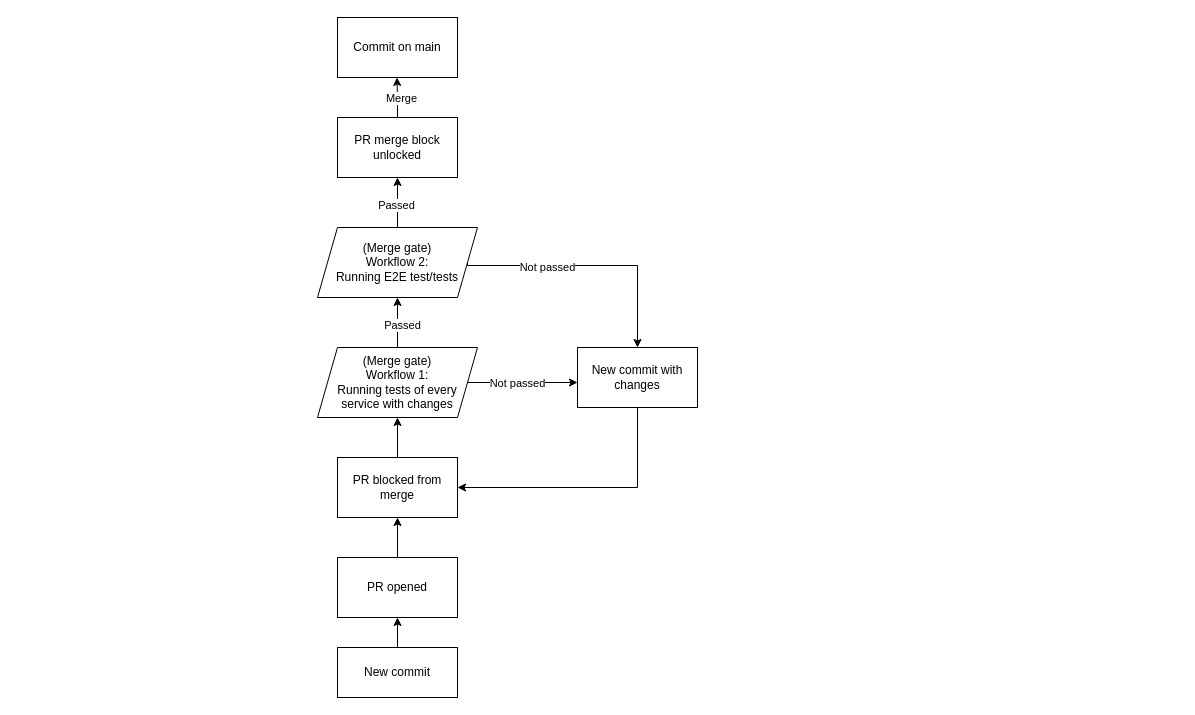
CzumperBirds/CzumperSearch keeps this draw.io diagram as CiGraph.drawio. Above is the earlier version. Source tidied: cells renumbered, new cells numbered last; positions are measured from the earlier drawing's top-left corner, leaving out a move shared by most shapes. Both pictures are drawn from the tidied source at 100%, with x=0, y=0 at pixel (317, 17).
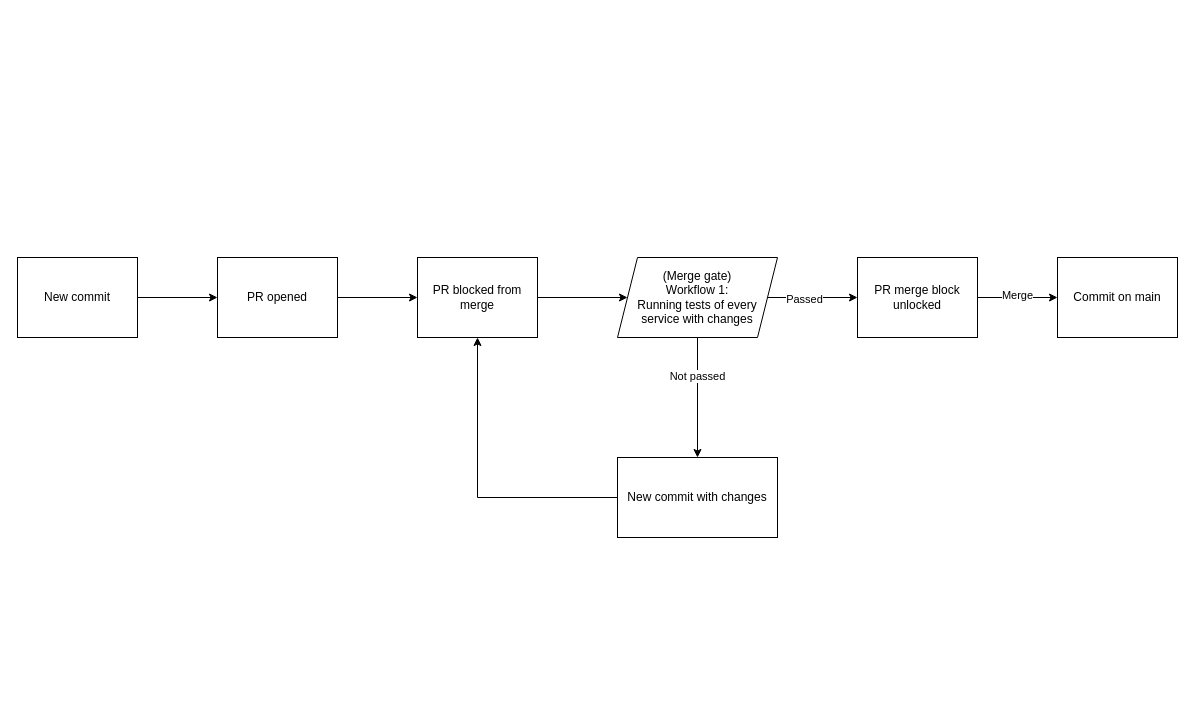
Above is the later version.

Commit message:
Refactor CI graph to be from left to right

Change to the diagram source:
```diff
@@
-    <mxCell id="2" style="edgeStyle=orthogonalEdgeStyle;rounded=0;jettySize=auto;html=1;exitX=1;exitY=0.5;exitDx=0;exitDy=0;entryX=0.5;entryY=0;entryDx=0;entryDy=0;" parent="1" edge="1" source="6" target="23">
+    <mxCell id="2" style="edgeStyle=orthogonalEdgeStyle;rounded=0;jettySize=auto;html=1;entryX=0.5;entryY=0;entryDx=0;entryDy=0;exitX=0.5;exitY=1;exitDx=0;exitDy=0;" parent="1" edge="1" source="11" target="23">
       <mxGeometry relative="1" as="geometry">
         <Array as="points">
-          <mxPoint x="150" y="248" />
-          <mxPoint x="320" y="248" />
+          <mxPoint x="380" y="440" />
+          <mxPoint x="380" y="440" />
         </Array>
       </mxGeometry>
     </mxCell>
@@
-    <mxCell id="4" style="edgeStyle=orthogonalEdgeStyle;rounded=0;jettySize=auto;html=1;exitX=0.5;exitY=0;exitDx=0;exitDy=0;entryX=0.5;entryY=1;entryDx=0;entryDy=0;" parent="1" edge="1" source="6" target="20">
-      <mxGeometry relative="1" as="geometry" />
-    </mxCell>
-    <mxCell id="5" value="Passed" style="edgeLabel;html=1;align=center;verticalAlign=middle;" parent="4" vertex="1">
-      <mxGeometry x="-0.08" y="2" relative="1" as="geometry" />
-    </mxCell>
-    <mxCell id="6" value="(Merge gate)&lt;div&gt;Workflow 2:&lt;br&gt;&lt;div&gt;Running E2E test/tests&lt;/div&gt;&lt;/div&gt;" style="shape=parallelogram;perimeter=parallelogramPerimeter;whiteSpace=wrap;html=1;fixedSize=1;" parent="1" vertex="1">
-      <mxGeometry y="210" width="160" height="70" as="geometry" />
-    </mxCell>
-    <mxCell id="7" style="edgeStyle=orthogonalEdgeStyle;rounded=0;jettySize=auto;html=1;exitX=0.5;exitY=0;exitDx=0;exitDy=0;entryX=0.5;entryY=1;entryDx=0;entryDy=0;" parent="1" edge="1" source="11" target="6">
-      <mxGeometry relative="1" as="geometry" />
-    </mxCell>
-    <mxCell id="8" value="Passed" style="edgeLabel;html=1;align=center;verticalAlign=middle;" parent="7" vertex="1">
-      <mxGeometry x="-0.07" y="-4" relative="1" as="geometry" />
-    </mxCell>
-    <mxCell id="9" style="edgeStyle=orthogonalEdgeStyle;rounded=0;jettySize=auto;html=1;" parent="1" edge="1" source="11" target="23">
-      <mxGeometry relative="1" as="geometry">
-        <Array as="points">
-          <mxPoint x="220" y="365" />
-          <mxPoint x="220" y="365" />
-        </Array>
-      </mxGeometry>
-    </mxCell>
-    <mxCell id="10" value="Not passed" style="edgeLabel;html=1;align=center;verticalAlign=middle;" parent="9" vertex="1">
-      <mxGeometry x="-0.21" y="-1" relative="1" as="geometry">
-        <mxPoint x="6" y="-1" as="offset" />
-      </mxGeometry>
-    </mxCell>
+    <mxCell id="24" style="edgeStyle=none;html=1;exitX=1;exitY=0.5;exitDx=0;exitDy=0;entryX=0;entryY=0.5;entryDx=0;entryDy=0;" parent="1" edge="1" source="11" target="20">
+      <mxGeometry relative="1" as="geometry" />
+    </mxCell>
+    <mxCell id="25" value="Passed" style="edgeLabel;html=1;align=center;verticalAlign=middle;" parent="24" vertex="1">
+      <mxGeometry x="-0.21" y="-1" relative="1" as="geometry" />
+    </mxCell>
     <mxCell id="11" value="(Merge gate)&lt;div&gt;Workflow 1:&lt;br&gt;&lt;div&gt;Running tests of every service with changes&lt;/div&gt;&lt;/div&gt;" style="shape=parallelogram;perimeter=parallelogramPerimeter;whiteSpace=wrap;html=1;fixedSize=1;" parent="1" vertex="1">
-      <mxGeometry y="330" width="160" height="70" as="geometry" />
+      <mxGeometry x="300" y="240" width="160" height="80" as="geometry" />
     </mxCell>
-    <mxCell id="12" style="edgeStyle=orthogonalEdgeStyle;rounded=0;jettySize=auto;html=1;exitX=0.5;exitY=0;exitDx=0;exitDy=0;entryX=0.5;entryY=1;entryDx=0;entryDy=0;" parent="1" edge="1" source="13" target="17">
+    <mxCell id="12" style="edgeStyle=orthogonalEdgeStyle;rounded=0;jettySize=auto;html=1;exitX=1;exitY=0.5;exitDx=0;exitDy=0;entryX=0;entryY=0.5;entryDx=0;entryDy=0;" parent="1" edge="1" source="13" target="17">
       <mxGeometry relative="1" as="geometry" />
     </mxCell>
     <mxCell id="13" value="PR opened" style="rounded=0;whiteSpace=wrap;html=1;" parent="1" vertex="1">
-      <mxGeometry x="20" y="540" width="120" height="60" as="geometry" />
+      <mxGeometry x="-100" y="240" width="120" height="80" as="geometry" />
     </mxCell>
-    <mxCell id="14" style="edgeStyle=orthogonalEdgeStyle;rounded=0;jettySize=auto;html=1;exitX=0.5;exitY=0;exitDx=0;exitDy=0;entryX=0.5;entryY=1;entryDx=0;entryDy=0;" parent="1" edge="1" source="15" target="13">
+    <mxCell id="14" style="edgeStyle=none;html=1;exitX=1;exitY=0.5;exitDx=0;exitDy=0;entryX=0;entryY=0.5;entryDx=0;entryDy=0;" parent="1" edge="1" source="15" target="13">
       <mxGeometry relative="1" as="geometry" />
     </mxCell>
     <mxCell id="15" value="New commit" style="rounded=0;whiteSpace=wrap;html=1;" parent="1" vertex="1">
-      <mxGeometry x="20" y="630" width="120" height="50" as="geometry" />
+      <mxGeometry x="-300" y="240" width="120" height="80" as="geometry" />
     </mxCell>
-    <mxCell id="16" style="edgeStyle=orthogonalEdgeStyle;rounded=0;jettySize=auto;html=1;exitX=0.5;exitY=0;exitDx=0;exitDy=0;entryX=0.5;entryY=1;entryDx=0;entryDy=0;" parent="1" edge="1" source="17" target="11">
+    <mxCell id="16" style="edgeStyle=orthogonalEdgeStyle;rounded=0;jettySize=auto;html=1;exitX=1;exitY=0.5;exitDx=0;exitDy=0;entryX=0;entryY=0.5;entryDx=0;entryDy=0;" parent="1" edge="1" source="17" target="11">
       <mxGeometry relative="1" as="geometry" />
     </mxCell>
     <mxCell id="17" value="PR blocked from merge" style="rounded=0;whiteSpace=wrap;html=1;" parent="1" vertex="1">
-      <mxGeometry x="20" y="440" width="120" height="60" as="geometry" />
+      <mxGeometry x="100" y="240" width="120" height="80" as="geometry" />
     </mxCell>
-    <mxCell id="18" style="edgeStyle=orthogonalEdgeStyle;rounded=0;jettySize=auto;html=1;exitX=0.5;exitY=0;exitDx=0;exitDy=0;" parent="1" edge="1" source="20">
-      <mxGeometry relative="1" as="geometry">
-        <mxPoint x="79.5" y="60" as="targetPoint" />
-      </mxGeometry>
+    <mxCell id="18" style="edgeStyle=orthogonalEdgeStyle;rounded=0;jettySize=auto;html=1;exitX=1;exitY=0.5;exitDx=0;exitDy=0;entryX=0;entryY=0.5;entryDx=0;entryDy=0;" parent="1" edge="1" source="20" target="21">
+      <mxGeometry relative="1" as="geometry" />
     </mxCell>
@@
     <mxCell id="20" value="PR merge block unlocked" style="rounded=0;whiteSpace=wrap;html=1;" parent="1" vertex="1">
-      <mxGeometry x="20" y="100" width="120" height="60" as="geometry" />
+      <mxGeometry x="540" y="240" width="120" height="80" as="geometry" />
     </mxCell>
     <mxCell id="21" value="Commit on main" style="rounded=0;whiteSpace=wrap;html=1;" parent="1" vertex="1">
-      <mxGeometry x="20" width="120" height="60" as="geometry" />
+      <mxGeometry x="740" y="240" width="120" height="80" as="geometry" />
     </mxCell>
-    <mxCell id="22" style="edgeStyle=orthogonalEdgeStyle;rounded=0;jettySize=auto;html=1;exitX=0.5;exitY=1;exitDx=0;exitDy=0;entryX=1;entryY=0.5;entryDx=0;entryDy=0;" parent="1" edge="1" source="23" target="17">
+    <mxCell id="22" style="edgeStyle=orthogonalEdgeStyle;rounded=0;jettySize=auto;html=1;exitX=0;exitY=0.5;exitDx=0;exitDy=0;entryX=0.5;entryY=1;entryDx=0;entryDy=0;" parent="1" edge="1" source="23" target="17">
       <mxGeometry relative="1" as="geometry" />
     </mxCell>
     <mxCell id="23" value="New commit with changes" style="rounded=0;whiteSpace=wrap;html=1;" parent="1" vertex="1">
-      <mxGeometry x="260" y="330" width="120" height="60" as="geometry" />
+      <mxGeometry x="300" y="440" width="160" height="80" as="geometry" />
     </mxCell>
```
